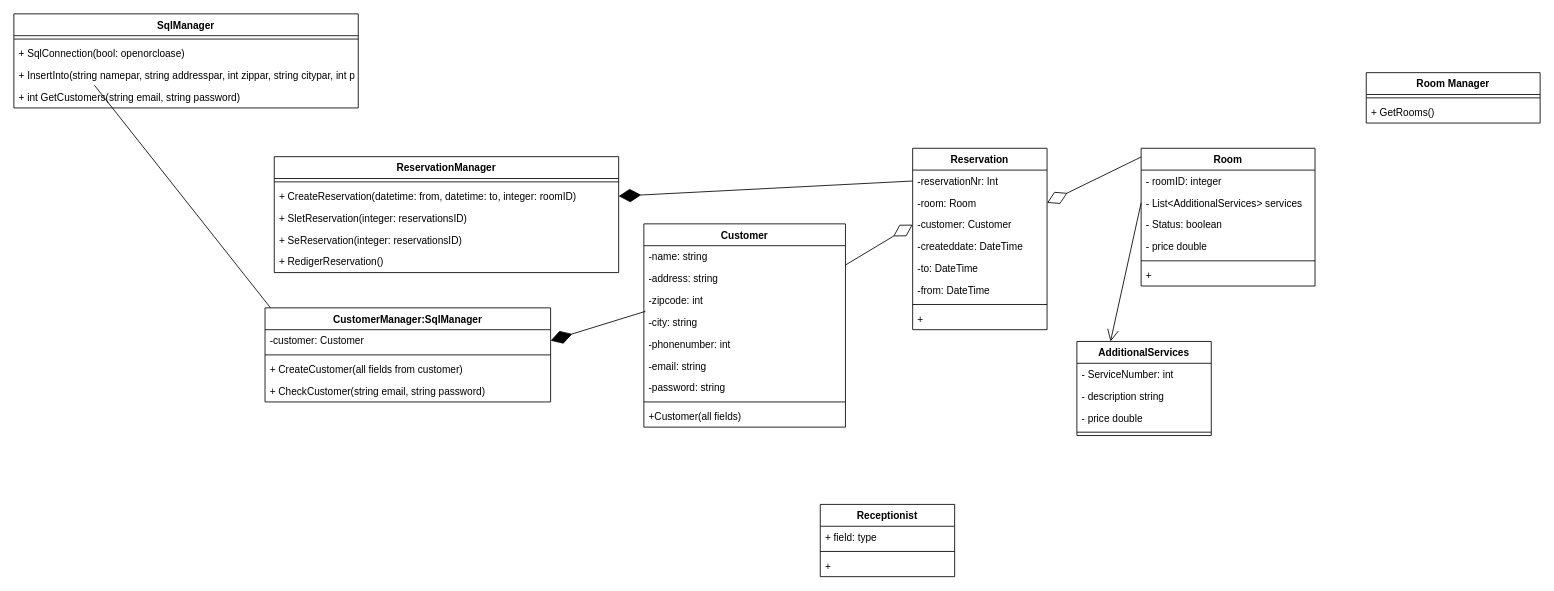
Above: Dokumentation/KlasseDiagram.drawio in NansyT/CountryLiving (draw.io), before the change. Source tidied: cells renumbered, new cells numbered last; positions are measured from the earlier drawing's top-left corner, leaving out a move shared by most shapes. Both pictures are drawn from the tidied source at 84%, with x=0, y=0 at pixel (13, 13).
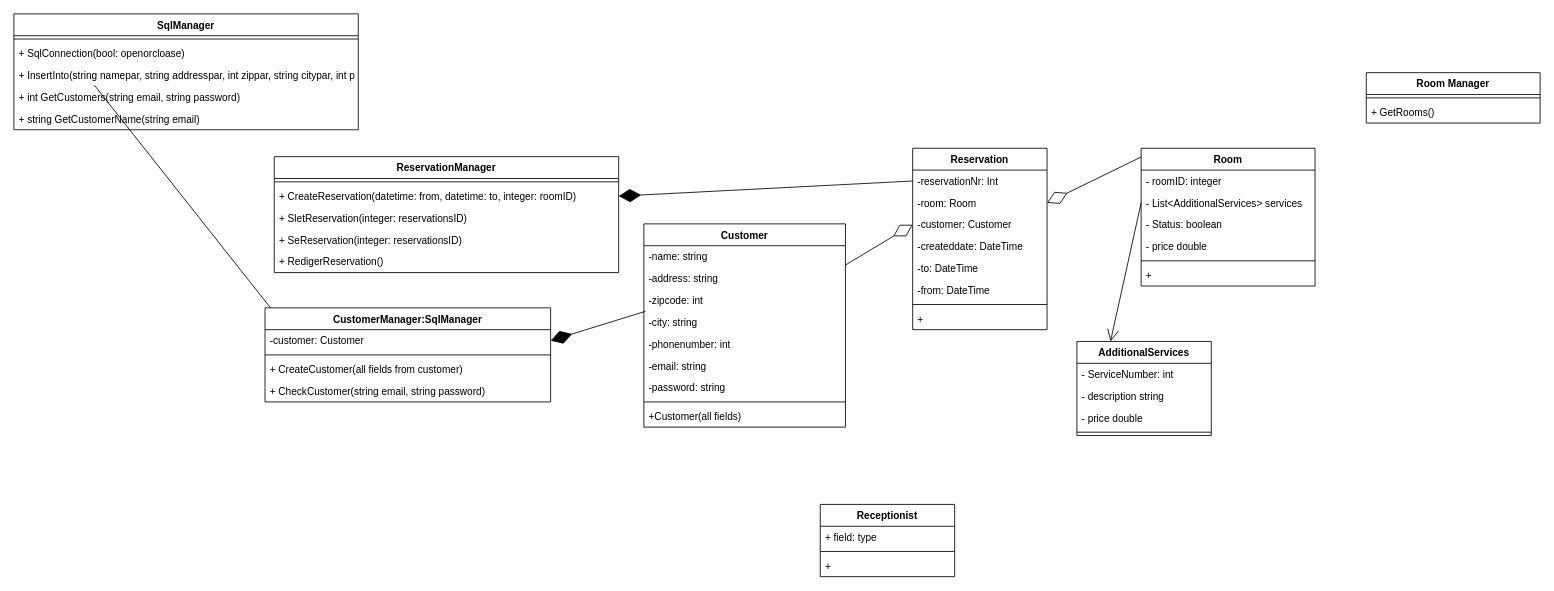
The same page after the edit.

Commit message:
Update klasse diagram

The edit, as a diff of the source:
```diff
@@
     <mxCell id="48" value="SqlManager" style="swimlane;fontStyle=1;align=center;verticalAlign=top;horizontal=1;startSize=26;" parent="1" vertex="1">
-      <mxGeometry width="410" height="112" as="geometry" />
+      <mxGeometry width="410" height="138" as="geometry" />
     </mxCell>
@@
+    <mxCell id="62" value="+ string GetCustomerName(string email)" style="text;strokeColor=none;fillColor=none;align=left;verticalAlign=top;spacingLeft=4;spacingRight=4;overflow=hidden;fontStyle=0;" parent="48" vertex="1">
+      <mxGeometry y="112" width="410" height="26" as="geometry" />
+    </mxCell>
```
